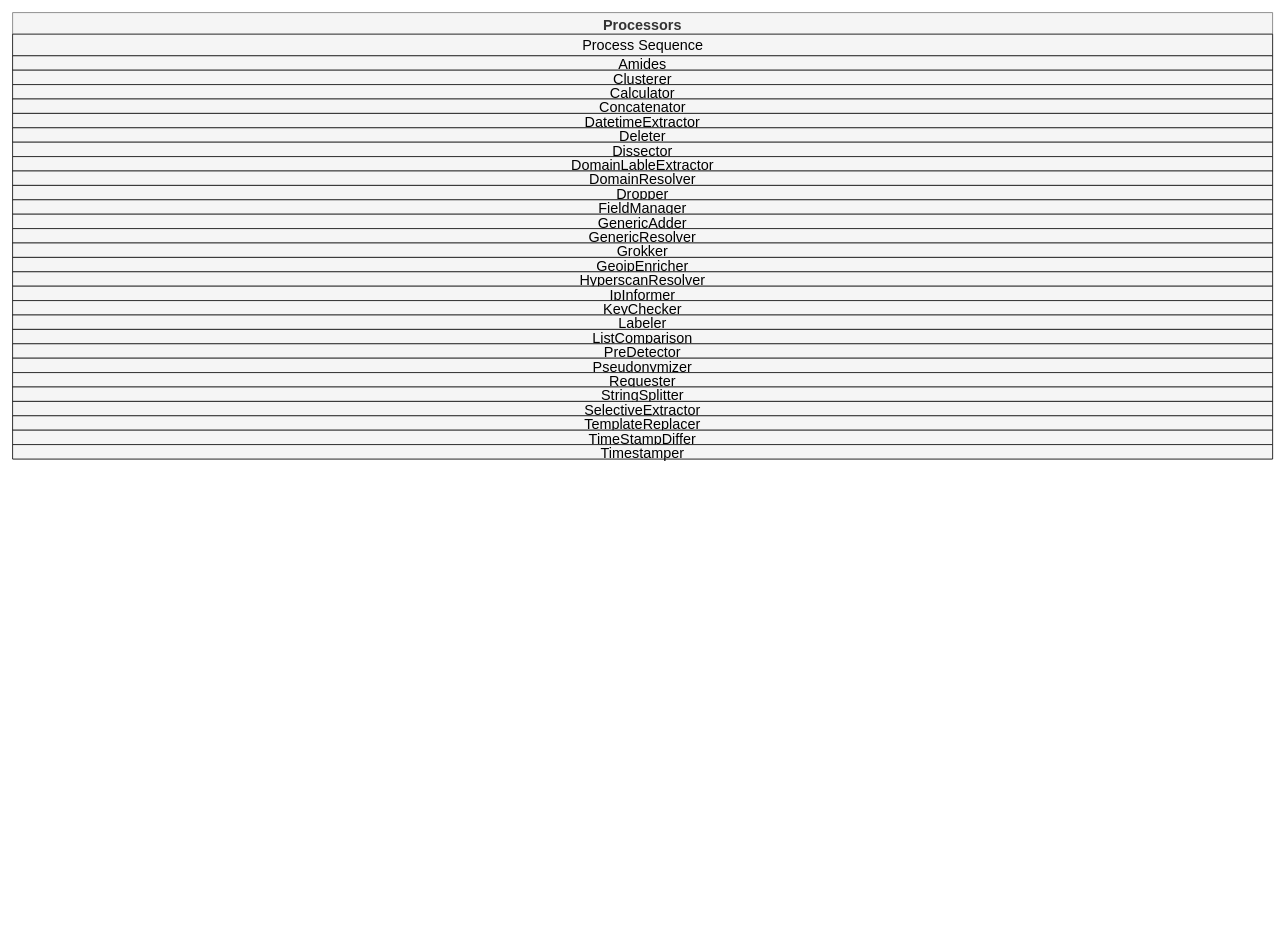
This is doc/source/development/architecture/diagramms/process-Combined.drawio from fkie-cad/Logprep, a draw.io file, before an edit. Source tidied: cells renumbered, new cells numbered last; positions are measured from the earlier drawing's top-left corner, leaving out a move shared by most shapes. Both pictures are drawn from the tidied source at 72%, with x=0, y=0 at pixel (12, 12).
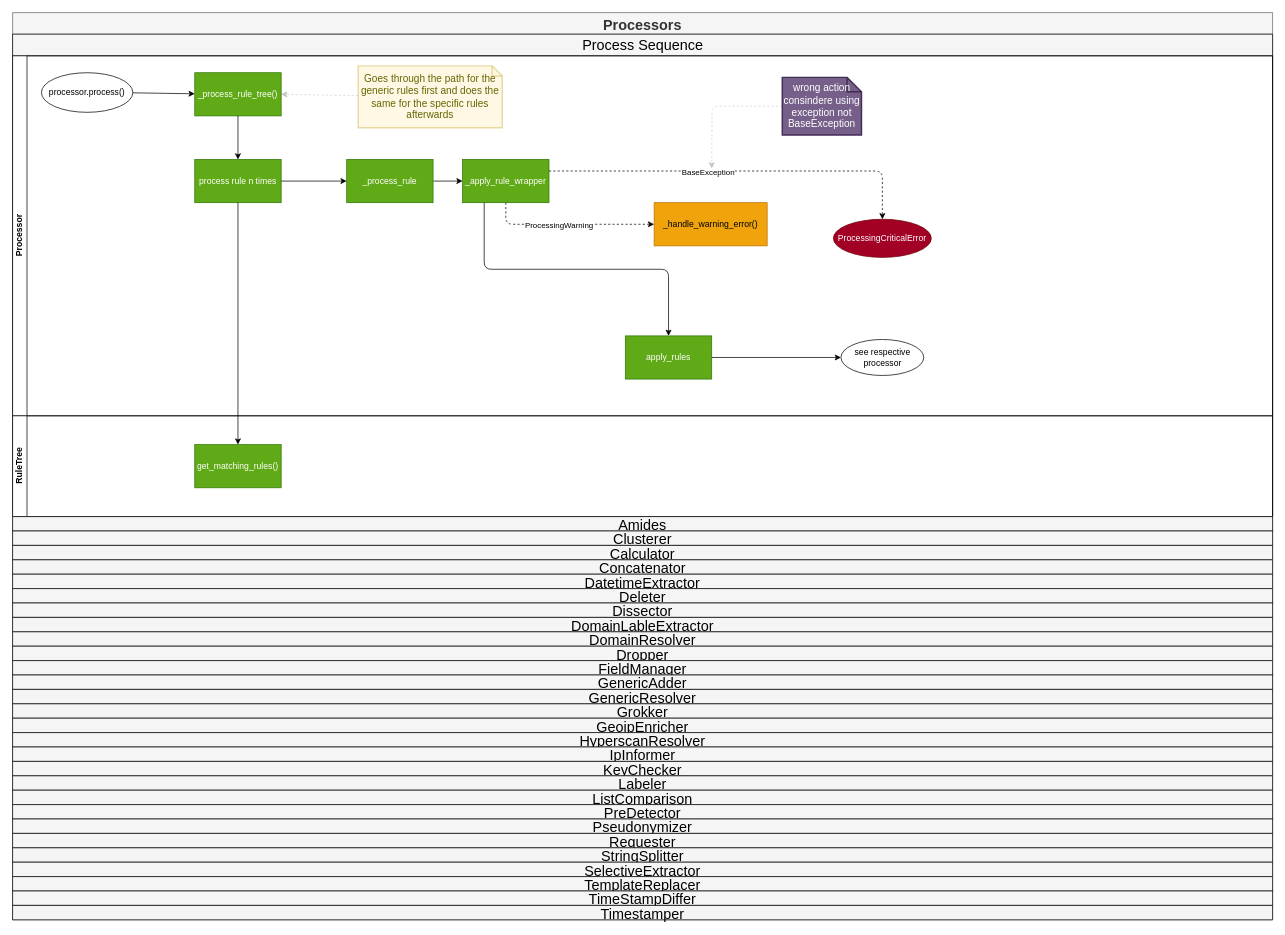
After the change.

Change to the diagram source:
```diff
@@
     <mxCell id="2" value="Processors" style="swimlane;horizontal=1;startSize=30;fontSize=20;fontStyle=1;fillColor=#f5f5f5;fontColor=#333333;strokeColor=#666666;" parent="1" vertex="1">
-      <mxGeometry width="1750" height="620" as="geometry" />
+      <mxGeometry width="1750" height="1260" as="geometry" />
     </mxCell>
-    <mxCell id="3" value="&lt;span style=&quot;text-align: left;&quot;&gt;&lt;font style=&quot;font-size: 20px;&quot;&gt;Process Sequence&lt;/font&gt;&lt;/span&gt;" style="swimlane;horizontal=1;startSize=30;html=1;fillColor=#f5f5f5;fontColor=#000000;strokeColor=#000000;fontStyle=0;" parent="2" vertex="1" collapsed="1">
-      <mxGeometry y="30" width="1750" height="30" as="geometry" />
+    <mxCell id="3" value="&lt;span style=&quot;text-align: left;&quot;&gt;&lt;font style=&quot;font-size: 20px;&quot;&gt;Process Sequence&lt;/font&gt;&lt;/span&gt;" style="swimlane;horizontal=1;startSize=30;html=1;fillColor=#f5f5f5;fontColor=#000000;strokeColor=#000000;fontStyle=0;" parent="2" vertex="1">
+      <mxGeometry y="30" width="1750" height="670" as="geometry" />
     </mxCell>
+    <mxCell id="32" value="Processor&lt;br&gt;" style="swimlane;startSize=20;horizontal=0;html=1;" parent="3" vertex="1">
+      <mxGeometry y="30" width="1750" height="500" as="geometry" />
+    </mxCell>
+    <mxCell id="33" value="_process_rule_tree()" style="rounded=0;whiteSpace=wrap;html=1;fillColor=#60a917;fontColor=#ffffff;strokeColor=#2D7600;" parent="32" vertex="1">
+      <mxGeometry x="253" y="23.5" width="120" height="60" as="geometry" />
+    </mxCell>
+    <mxCell id="34" value="_apply_rule_wrapper" style="whiteSpace=wrap;html=1;rounded=0;fillColor=#60a917;fontColor=#ffffff;strokeColor=#2D7600;" parent="32" vertex="1">
+      <mxGeometry x="625" y="144" width="120" height="60" as="geometry" />
+    </mxCell>
+    <mxCell id="35" style="edgeStyle=none;html=1;" parent="32" edge="1" source="36" target="34">
+      <mxGeometry relative="1" as="geometry" />
+    </mxCell>
+    <mxCell id="36" value="_process_rule" style="whiteSpace=wrap;html=1;rounded=0;fillColor=#60a917;fontColor=#ffffff;strokeColor=#2D7600;" parent="32" vertex="1">
+      <mxGeometry x="464" y="144" width="120" height="60" as="geometry" />
+    </mxCell>
+    <mxCell id="37" value="apply_rules" style="whiteSpace=wrap;html=1;rounded=0;fillColor=#60a917;fontColor=#ffffff;strokeColor=#2D7600;" parent="32" vertex="1">
+      <mxGeometry x="851" y="389" width="120" height="60" as="geometry" />
+    </mxCell>
+    <mxCell id="38" style="edgeStyle=orthogonalEdgeStyle;html=1;exitX=0.25;exitY=1;exitDx=0;exitDy=0;" parent="32" edge="1" source="34" target="37">
+      <mxGeometry relative="1" as="geometry" />
+    </mxCell>
+    <mxCell id="39" value="see respective processor" style="ellipse;whiteSpace=wrap;html=1;rounded=0;" parent="32" vertex="1">
+      <mxGeometry x="1150.5" y="394" width="115" height="50" as="geometry" />
+    </mxCell>
+    <mxCell id="40" style="edgeStyle=none;html=1;" parent="32" edge="1" source="37" target="39">
+      <mxGeometry relative="1" as="geometry" />
+    </mxCell>
+    <mxCell id="41" value="_handle_warning_error()" style="rounded=0;whiteSpace=wrap;html=1;fillColor=#f0a30a;fontColor=#000000;strokeColor=#BD7000;" parent="32" vertex="1">
+      <mxGeometry x="891" y="204" width="157" height="60" as="geometry" />
+    </mxCell>
+    <mxCell id="42" style="edgeStyle=orthogonalEdgeStyle;html=1;entryX=0;entryY=0.5;entryDx=0;entryDy=0;dashed=1;exitX=0.5;exitY=1;exitDx=0;exitDy=0;" parent="32" edge="1" source="34" target="41">
+      <mxGeometry relative="1" as="geometry">
+        <Array as="points">
+          <mxPoint x="685" y="234" />
+        </Array>
+      </mxGeometry>
+    </mxCell>
+    <mxCell id="43" value="ProcessingWarning" style="edgeLabel;html=1;align=center;verticalAlign=middle;" parent="42" vertex="1">
+      <mxGeometry x="-0.13" y="-1" relative="1" as="geometry" />
+    </mxCell>
+    <mxCell id="44" value="processor.process()" style="ellipse;whiteSpace=wrap;html=1;" parent="32" vertex="1">
+      <mxGeometry x="40" y="23.5" width="127" height="55" as="geometry" />
+    </mxCell>
+    <mxCell id="45" style="edgeStyle=none;html=1;" parent="32" edge="1" source="44" target="33">
+      <mxGeometry relative="1" as="geometry" />
+    </mxCell>
+    <mxCell id="46" value="process rule n times" style="rounded=0;whiteSpace=wrap;html=1;fillColor=#60a917;fontColor=#ffffff;strokeColor=#2D7600;" parent="32" vertex="1">
+      <mxGeometry x="253" y="144" width="120" height="60" as="geometry" />
+    </mxCell>
+    <mxCell id="47" style="edgeStyle=orthogonalEdgeStyle;html=1;entryX=0;entryY=0.5;entryDx=0;entryDy=0;" parent="32" edge="1" source="46" target="36">
+      <mxGeometry relative="1" as="geometry" />
+    </mxCell>
+    <mxCell id="48" style="edgeStyle=none;html=1;" parent="32" edge="1" source="33" target="46">
+      <mxGeometry relative="1" as="geometry" />
+    </mxCell>
+    <mxCell id="49" value="wrong action consindere using exception not BaseException" style="shape=note;strokeWidth=2;fontSize=14;size=20;whiteSpace=wrap;html=1;fillColor=#76608a;strokeColor=#432D57;fontColor=#ffffff;" parent="32" vertex="1">
+      <mxGeometry x="1069" y="30" width="110" height="80" as="geometry" />
+    </mxCell>
+    <mxCell id="50" style="edgeStyle=orthogonalEdgeStyle;jumpStyle=arc;html=1;dashed=1;opacity=20;" parent="32" edge="1" source="49">
+      <mxGeometry relative="1" as="geometry">
+        <mxPoint x="971" y="156.5" as="targetPoint" />
+      </mxGeometry>
+    </mxCell>
+    <mxCell id="51" style="edgeStyle=none;html=1;entryX=1;entryY=0.5;entryDx=0;entryDy=0;dashed=1;opacity=20;" parent="32" edge="1" source="52" target="33">
+      <mxGeometry relative="1" as="geometry" />
+    </mxCell>
+    <mxCell id="52" value="Goes through the path for the generic rules first and does the same for the specific rules afterwards" style="shape=note;strokeWidth=2;fontSize=14;size=14;whiteSpace=wrap;html=1;fillColor=#fff2cc;strokeColor=#d6b656;fontColor=#666600;opacity=50;" parent="32" vertex="1">
+      <mxGeometry x="480" y="14" width="200" height="86" as="geometry" />
+    </mxCell>
+    <mxCell id="53" value="RuleTree" style="swimlane;startSize=20;horizontal=0;html=1;" parent="3" vertex="1">
+      <mxGeometry y="530" width="1750" height="140" as="geometry" />
+    </mxCell>
+    <mxCell id="54" value="ProcessingCriticalError" style="ellipse;whiteSpace=wrap;html=1;fillColor=#a20025;fontColor=#ffffff;strokeColor=#6F0000;" parent="53" vertex="1">
+      <mxGeometry x="1140" y="-273" width="136" height="53" as="geometry" />
+    </mxCell>
+    <mxCell id="55" value="get_matching_rules()" style="rounded=0;whiteSpace=wrap;html=1;fillColor=#60a917;fontColor=#ffffff;strokeColor=#2D7600;" parent="53" vertex="1">
+      <mxGeometry x="253" y="40" width="120" height="60" as="geometry" />
+    </mxCell>
+    <mxCell id="56" style="edgeStyle=orthogonalEdgeStyle;html=1;dashed=1;entryX=0.5;entryY=0;entryDx=0;entryDy=0;" parent="3" edge="1" source="34" target="54">
+      <mxGeometry relative="1" as="geometry">
+        <Array as="points">
+          <mxPoint x="1208" y="190" />
+        </Array>
+      </mxGeometry>
+    </mxCell>
+    <mxCell id="57" value="BaseException" style="edgeLabel;html=1;align=center;verticalAlign=middle;" parent="56" vertex="1">
+      <mxGeometry x="-0.17" y="-1" relative="1" as="geometry" />
+    </mxCell>
+    <mxCell id="58" style="edgeStyle=orthogonalEdgeStyle;html=1;" parent="3" edge="1" source="46" target="55">
+      <mxGeometry relative="1" as="geometry" />
+    </mxCell>
     <mxCell id="4" value="Amides" style="swimlane;horizontal=1;startSize=30;fontSize=20;fontStyle=0;fillColor=#f5f5f5;fontColor=#000000;strokeColor=#000000;verticalAlign=middle;" parent="2" vertex="1" collapsed="1">
-      <mxGeometry y="60" width="1750" height="20" as="geometry" />
+      <mxGeometry y="700" width="1750" height="20" as="geometry" />
     </mxCell>
     <mxCell id="5" value="Clusterer" style="swimlane;horizontal=1;startSize=30;fontSize=20;fontStyle=0;fillColor=#f5f5f5;fontColor=#000000;strokeColor=#000000;" parent="2" vertex="1" collapsed="1">
-      <mxGeometry y="80" width="1750" height="20" as="geometry" />
+      <mxGeometry y="720" width="1750" height="20" as="geometry" />
     </mxCell>
     <mxCell id="6" value="Calculator" style="swimlane;horizontal=1;startSize=30;fontSize=20;fontStyle=0;fillColor=#f5f5f5;fontColor=#000000;strokeColor=#000000;labelBorderColor=none;swimlaneFillColor=none;" parent="2" vertex="1" collapsed="1">
-      <mxGeometry y="100" width="1750" height="20" as="geometry" />
+      <mxGeometry y="740" width="1750" height="20" as="geometry" />
     </mxCell>
     <mxCell id="7" value="Concatenator" style="swimlane;horizontal=1;startSize=40;fontSize=20;fillColor=#f5f5f5;fontColor=#000000;fontStyle=0;swimlaneFillColor=none;gradientColor=none;strokeColor=#000000;" parent="2" vertex="1" collapsed="1">
-      <mxGeometry y="120" width="1750" height="20" as="geometry" />
+      <mxGeometry y="760" width="1750" height="20" as="geometry" />
     </mxCell>
     <mxCell id="8" value="DatetimeExtractor" style="swimlane;horizontal=1;startSize=40;fontSize=20;fontStyle=0;fillColor=#f5f5f5;labelBorderColor=none;fontColor=#000000;strokeColor=#000000;" parent="2" vertex="1" collapsed="1">
-      <mxGeometry y="140" width="1750" height="20" as="geometry" />
+      <mxGeometry y="780" width="1750" height="20" as="geometry" />
     </mxCell>
     <mxCell id="9" value="Deleter" style="swimlane;horizontal=1;startSize=20;fontStyle=0;fontSize=20;fillColor=#F5F5F5;fontColor=#000000;strokeColor=#000000;" parent="2" vertex="1" collapsed="1">
-      <mxGeometry y="160" width="1750" height="20" as="geometry" />
+      <mxGeometry y="800" width="1750" height="20" as="geometry" />
     </mxCell>
     <mxCell id="10" value="Dissector" style="swimlane;horizontal=1;startSize=30;fontStyle=0;fontSize=20;fillColor=#f5f5f5;fontColor=#000000;strokeColor=#000000;" parent="2" vertex="1" collapsed="1">
-      <mxGeometry y="180" width="1750" height="20" as="geometry" />
+      <mxGeometry y="820" width="1750" height="20" as="geometry" />
     </mxCell>
     <mxCell id="11" value="DomainLableExtractor" style="swimlane;horizontal=1;startSize=30;fontStyle=0;fontSize=20;strokeColor=#000000;fillColor=#f5f5f5;fontColor=#000000;" parent="2" vertex="1" collapsed="1">
-      <mxGeometry y="200" width="1750" height="20" as="geometry" />
+      <mxGeometry y="840" width="1750" height="20" as="geometry" />
     </mxCell>
     <mxCell id="12" value="DomainResolver" style="swimlane;horizontal=1;startSize=30;fontStyle=0;fontColor=#000000;fontSize=20;strokeColor=#000000;fillColor=#F5F5F5;" parent="2" vertex="1" collapsed="1">
-      <mxGeometry y="220" width="1750" height="20" as="geometry" />
+      <mxGeometry y="860" width="1750" height="20" as="geometry" />
     </mxCell>
     <mxCell id="13" value="Dropper" style="swimlane;horizontal=1;startSize=30;fontStyle=0;fontSize=20;fontColor=#000000;fillColor=#F5F5F5;strokeColor=#000000;" parent="2" vertex="1" collapsed="1">
-      <mxGeometry y="240" width="1750" height="20" as="geometry" />
+      <mxGeometry y="880" width="1750" height="20" as="geometry" />
     </mxCell>
     <mxCell id="14" value="FieldManager" style="swimlane;horizontal=1;startSize=30;fontStyle=0;fontSize=20;fontColor=#000000;strokeColor=#000000;fillColor=#F5F5F5;" parent="2" vertex="1" collapsed="1">
-      <mxGeometry y="260" width="1750" height="20" as="geometry" />
+      <mxGeometry y="900" width="1750" height="20" as="geometry" />
     </mxCell>
     <mxCell id="15" value="GenericAdder" style="swimlane;horizontal=1;startSize=30;fontStyle=0;fontSize=20;fontColor=#000000;strokeColor=#000000;fillColor=#F5F5F5;" parent="2" vertex="1" collapsed="1">
-      <mxGeometry y="280" width="1750" height="20" as="geometry" />
+      <mxGeometry y="920" width="1750" height="20" as="geometry" />
     </mxCell>
     <mxCell id="16" value="GenericResolver" style="swimlane;horizontal=1;startSize=30;fontStyle=0;fontSize=20;fontColor=#000000;strokeColor=#000000;fillColor=#F5F5F5;" parent="2" vertex="1" collapsed="1">
-      <mxGeometry y="300" width="1750" height="20" as="geometry" />
+      <mxGeometry y="940" width="1750" height="20" as="geometry" />
     </mxCell>
     <mxCell id="17" value="Grokker" style="swimlane;horizontal=1;startSize=30;fontStyle=0;fontSize=20;fontColor=#000000;strokeColor=#000000;fillColor=#F5F5F5;" parent="2" vertex="1" collapsed="1">
-      <mxGeometry y="320" width="1750" height="20" as="geometry" />
+      <mxGeometry y="960" width="1750" height="20" as="geometry" />
     </mxCell>
     <mxCell id="18" value="GeoipEnricher" style="swimlane;horizontal=1;startSize=30;fontStyle=0;fontSize=20;fontColor=#000000;strokeColor=#000000;fillColor=#F5F5F5;" parent="2" vertex="1" collapsed="1">
-      <mxGeometry y="340" width="1750" height="20" as="geometry" />
+      <mxGeometry y="980" width="1750" height="20" as="geometry" />
     </mxCell>
     <mxCell id="19" value="HyperscanResolver" style="swimlane;horizontal=1;startSize=30;fontStyle=0;fontColor=#000000;fontSize=20;fillColor=#F5F5F5;strokeColor=#000000;" parent="2" vertex="1" collapsed="1">
-      <mxGeometry y="360" width="1750" height="20" as="geometry" />
+      <mxGeometry y="1000" width="1750" height="20" as="geometry" />
     </mxCell>
     <mxCell id="20" value="IpInformer" style="swimlane;horizontal=1;startSize=30;fontStyle=0;fontColor=#000000;fontSize=20;fillColor=#F5F5F5;strokeColor=#000000;" parent="2" vertex="1" collapsed="1">
-      <mxGeometry y="380" width="1750" height="20" as="geometry" />
+      <mxGeometry y="1020" width="1750" height="20" as="geometry" />
     </mxCell>
     <mxCell id="21" value="KeyChecker" style="swimlane;horizontal=1;startSize=30;fontStyle=0;fontColor=#000000;fontSize=20;strokeColor=#000000;fillColor=#F5F5F5;" parent="2" vertex="1" collapsed="1">
-      <mxGeometry y="400" width="1750" height="20" as="geometry" />
+      <mxGeometry y="1040" width="1750" height="20" as="geometry" />
     </mxCell>
     <mxCell id="22" value="Labeler" style="swimlane;horizontal=1;startSize=30;fontStyle=0;fontColor=#000000;fontSize=20;strokeColor=#000000;fillColor=#F5F5F5;" parent="2" vertex="1" collapsed="1">
-      <mxGeometry y="420" width="1750" height="20" as="geometry" />
+      <mxGeometry y="1060" width="1750" height="20" as="geometry" />
     </mxCell>
     <mxCell id="23" value="ListComparison" style="swimlane;horizontal=1;startSize=30;fontStyle=0;fontColor=#000000;fontSize=20;strokeColor=#000000;fillColor=#F5F5F5;" parent="2" vertex="1" collapsed="1">
-      <mxGeometry y="440" width="1750" height="20" as="geometry" />
+      <mxGeometry y="1080" width="1750" height="20" as="geometry" />
     </mxCell>
     <mxCell id="24" value="PreDetector" style="swimlane;horizontal=1;startSize=30;fontStyle=0;fontColor=#000000;fontSize=20;strokeColor=#000000;fillColor=#F5F5F5;" parent="2" vertex="1" collapsed="1">
-      <mxGeometry y="460" width="1750" height="20" as="geometry" />
+      <mxGeometry y="1100" width="1750" height="20" as="geometry" />
     </mxCell>
     <mxCell id="25" value="Pseudonymizer" style="swimlane;horizontal=1;startSize=30;fontStyle=0;fontColor=#000000;fontSize=20;strokeColor=#000000;fillColor=#F5F5F5;" parent="2" vertex="1" collapsed="1">
-      <mxGeometry y="480" width="1750" height="20" as="geometry" />
+      <mxGeometry y="1120" width="1750" height="20" as="geometry" />
     </mxCell>
     <mxCell id="26" value="Requester" style="swimlane;horizontal=1;startSize=30;fontStyle=0;fontSize=20;fontColor=#000000;strokeColor=#000000;fillColor=#F5F5F5;" parent="2" vertex="1" collapsed="1">
-      <mxGeometry y="500" width="1750" height="20" as="geometry" />
+      <mxGeometry y="1140" width="1750" height="20" as="geometry" />
     </mxCell>
     <mxCell id="27" value="StringSplitter" style="swimlane;horizontal=1;startSize=30;fontStyle=0;fontColor=#000000;fontSize=20;strokeColor=#000000;fillColor=#F5F5F5;" parent="2" vertex="1" collapsed="1">
-      <mxGeometry y="520" width="1750" height="20" as="geometry" />
+      <mxGeometry y="1160" width="1750" height="20" as="geometry" />
     </mxCell>
     <mxCell id="28" value="SelectiveExtractor" style="swimlane;horizontal=1;startSize=30;fontStyle=0;fontSize=20;fontColor=#000000;fillColor=#F5F5F5;strokeColor=#000000;" parent="2" vertex="1" collapsed="1">
-      <mxGeometry y="540" width="1750" height="20" as="geometry" />
+      <mxGeometry y="1180" width="1750" height="20" as="geometry" />
     </mxCell>
     <mxCell id="29" value="TemplateReplacer" style="swimlane;horizontal=1;startSize=30;fontStyle=0;fontColor=#000000;fontSize=20;fillColor=#F5F5F5;strokeColor=#000000;" parent="2" vertex="1" collapsed="1">
-      <mxGeometry y="560" width="1750" height="20" as="geometry" />
+      <mxGeometry y="1200" width="1750" height="20" as="geometry" />
     </mxCell>
     <mxCell id="30" value="TimeStampDiffer" style="swimlane;horizontal=1;startSize=40;fontStyle=0;fontColor=#000000;fontSize=20;strokeColor=#000000;fillColor=#F5F5F5;" parent="2" vertex="1" collapsed="1">
-      <mxGeometry y="580" width="1750" height="20" as="geometry" />
+      <mxGeometry y="1220" width="1750" height="20" as="geometry" />
     </mxCell>
     <mxCell id="31" value="Timestamper" style="swimlane;horizontal=1;startSize=30;fontStyle=0;fontColor=#000000;fontSize=20;fillColor=#F5F5F5;strokeColor=#000000;" parent="2" vertex="1" collapsed="1">
-      <mxGeometry y="600" width="1750" height="20" as="geometry" />
+      <mxGeometry y="1240" width="1750" height="20" as="geometry" />
     </mxCell>
```
